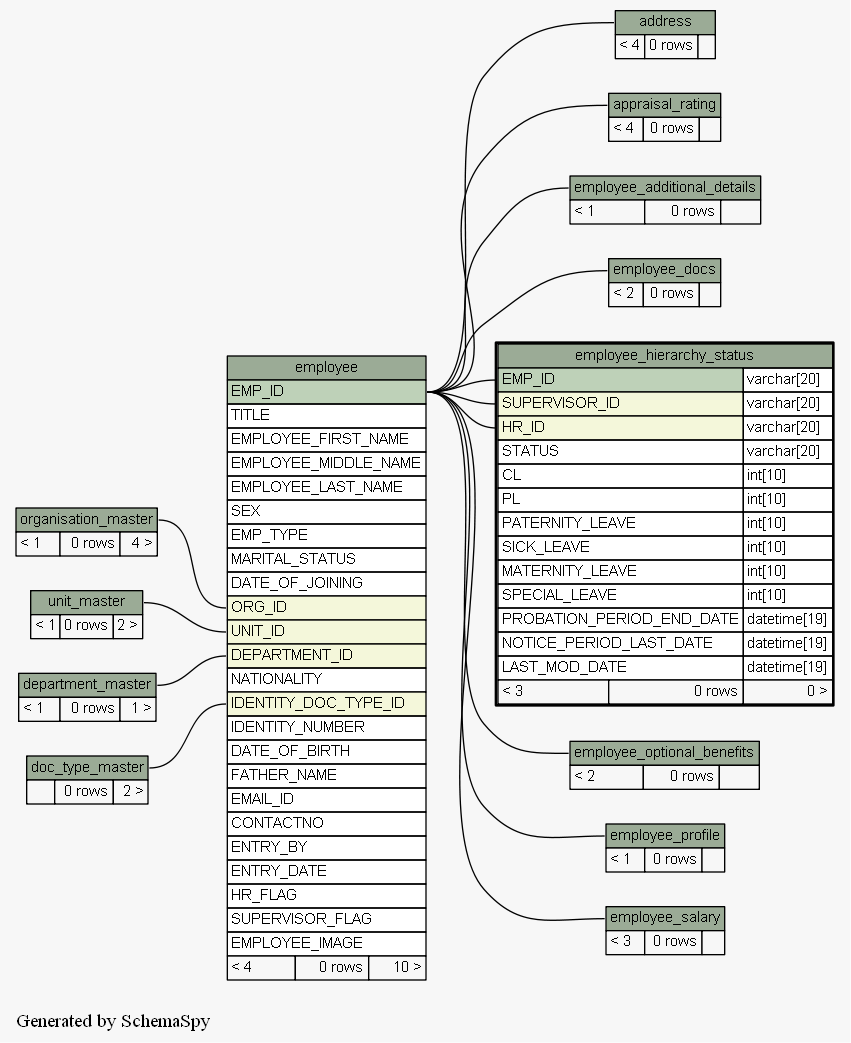
Earlier version of the Graphviz export docs/database/schemaspy/graphs/employee_hierarchy_status.2degrees.png (engineerscraft/hrms). Its source is kept beside it as docs/database/schemaspy/graphs/employee_hierarchy_status.2degrees.dot. Source of this version:
```dot
digraph "twoDegreesRelationshipsGraph" {
  graph [
    rankdir="RL"
    bgcolor="#f7f7f7"
    label="\nGenerated by SchemaSpy"
    labeljust="l"
  ];
  node [
    fontname="Helvetica"
    fontsize="11"
    shape="plaintext"
  ];
  edge [
    arrowsize="0.8"
  ];
  "address":"address.heading":w -> "employee":"EMP_ID":e [arrowtail=tee arrowhead=none];
  "appraisal_rating":"appraisal_rating.heading":w -> "employee":"EMP_ID":e [arrowtail=crowtee arrowhead=none];
  "employee":"DEPARTMENT_ID":w -> "department_master":"department_master.heading":e [arrowtail=crowodot arrowhead=none];
  "employee":"IDENTITY_DOC_TYPE_ID":w -> "doc_type_master":"doc_type_master.heading":e [arrowtail=crowodot arrowhead=none];
  "employee":"ORG_ID":w -> "organisation_master":"organisation_master.heading":e [arrowtail=crowodot arrowhead=none];
  "employee":"UNIT_ID":w -> "unit_master":"unit_master.heading":e [arrowtail=crowodot arrowhead=none];
  "employee_additional_details":"employee_additional_details.heading":w -> "employee":"EMP_ID":e [arrowtail=tee arrowhead=none];
  "employee_docs":"employee_docs.heading":w -> "employee":"EMP_ID":e [arrowtail=crowtee arrowhead=none];
  "employee_hierarchy_status":"EMP_ID":w -> "employee":"EMP_ID":e [arrowtail=tee arrowhead=none];
  "employee_hierarchy_status":"HR_ID":w -> "employee":"EMP_ID":e [arrowtail=crowodot arrowhead=none];
  "employee_hierarchy_status":"SUPERVISOR_ID":w -> "employee":"EMP_ID":e [arrowtail=crowodot arrowhead=none];
  "employee_optional_benefits":"employee_optional_benefits.heading":w -> "employee":"EMP_ID":e [arrowtail=crowodot arrowhead=none];
  "employee_profile":"employee_profile.heading":w -> "employee":"EMP_ID":e [arrowtail=tee arrowhead=none];
  "employee_salary":"employee_salary.heading":w -> "employee":"EMP_ID":e [arrowtail=crowtee arrowhead=none];
  "address" [
    label=<
    <TABLE BORDER="0" CELLBORDER="1" CELLSPACING="0" BGCOLOR="#ffffff">
      <TR><TD PORT="address.heading" COLSPAN="3" BGCOLOR="#9bab96" ALIGN="CENTER">address</TD></TR>
      <TR><TD ALIGN="LEFT" BGCOLOR="#f7f7f7">&lt; 4</TD><TD ALIGN="RIGHT" BGCOLOR="#f7f7f7">0 rows</TD><TD ALIGN="RIGHT" BGCOLOR="#f7f7f7">  </TD></TR>
    </TABLE>>
    URL="address.html#graph"
    tooltip="address"
  ];
  "appraisal_rating" [
    label=<
    <TABLE BORDER="0" CELLBORDER="1" CELLSPACING="0" BGCOLOR="#ffffff">
      <TR><TD PORT="appraisal_rating.heading" COLSPAN="3" BGCOLOR="#9bab96" ALIGN="CENTER">appraisal_rating</TD></TR>
      <TR><TD ALIGN="LEFT" BGCOLOR="#f7f7f7">&lt; 4</TD><TD ALIGN="RIGHT" BGCOLOR="#f7f7f7">0 rows</TD><TD ALIGN="RIGHT" BGCOLOR="#f7f7f7">  </TD></TR>
    </TABLE>>
    URL="appraisal_rating.html#graph"
    tooltip="appraisal_rating"
  ];
  "department_master" [
    label=<
    <TABLE BORDER="0" CELLBORDER="1" CELLSPACING="0" BGCOLOR="#ffffff">
      <TR><TD PORT="department_master.heading" COLSPAN="3" BGCOLOR="#9bab96" ALIGN="CENTER">department_master</TD></TR>
      <TR><TD ALIGN="LEFT" BGCOLOR="#f7f7f7">&lt; 1</TD><TD ALIGN="RIGHT" BGCOLOR="#f7f7f7">0 rows</TD><TD ALIGN="RIGHT" BGCOLOR="#f7f7f7">1 &gt;</TD></TR>
    </TABLE>>
    URL="department_master.html#graph"
    tooltip="department_master"
  ];
  "doc_type_master" [
    label=<
    <TABLE BORDER="0" CELLBORDER="1" CELLSPACING="0" BGCOLOR="#ffffff">
      <TR><TD PORT="doc_type_master.heading" COLSPAN="3" BGCOLOR="#9bab96" ALIGN="CENTER">doc_type_master</TD></TR>
      <TR><TD ALIGN="LEFT" BGCOLOR="#f7f7f7">  </TD><TD ALIGN="RIGHT" BGCOLOR="#f7f7f7">0 rows</TD><TD ALIGN="RIGHT" BGCOLOR="#f7f7f7">2 &gt;</TD></TR>
    </TABLE>>
    URL="doc_type_master.html#graph"
    tooltip="doc_type_master"
  ];
  "employee" [
    label=<
    <TABLE BORDER="0" CELLBORDER="1" CELLSPACING="0" BGCOLOR="#ffffff">
      <TR><TD PORT="employee.heading" COLSPAN="3" BGCOLOR="#9bab96" ALIGN="CENTER">employee</TD></TR>
      <TR><TD PORT="EMP_ID" COLSPAN="3" BGCOLOR="#bed1b8" ALIGN="LEFT">EMP_ID</TD></TR>
      <TR><TD PORT="TITLE" COLSPAN="3" ALIGN="LEFT">TITLE</TD></TR>
      <TR><TD PORT="EMPLOYEE_FIRST_NAME" COLSPAN="3" ALIGN="LEFT">EMPLOYEE_FIRST_NAME</TD></TR>
      <TR><TD PORT="EMPLOYEE_MIDDLE_NAME" COLSPAN="3" ALIGN="LEFT">EMPLOYEE_MIDDLE_NAME</TD></TR>
      <TR><TD PORT="EMPLOYEE_LAST_NAME" COLSPAN="3" ALIGN="LEFT">EMPLOYEE_LAST_NAME</TD></TR>
      <TR><TD PORT="SEX" COLSPAN="3" ALIGN="LEFT">SEX</TD></TR>
      <TR><TD PORT="EMP_TYPE" COLSPAN="3" ALIGN="LEFT">EMP_TYPE</TD></TR>
      <TR><TD PORT="MARITAL_STATUS" COLSPAN="3" ALIGN="LEFT">MARITAL_STATUS</TD></TR>
      <TR><TD PORT="DATE_OF_JOINING" COLSPAN="3" ALIGN="LEFT">DATE_OF_JOINING</TD></TR>
      <TR><TD PORT="ORG_ID" COLSPAN="3" BGCOLOR="#f4f7da" ALIGN="LEFT">ORG_ID</TD></TR>
      <TR><TD PORT="UNIT_ID" COLSPAN="3" BGCOLOR="#f4f7da" ALIGN="LEFT">UNIT_ID</TD></TR>
      <TR><TD PORT="DEPARTMENT_ID" COLSPAN="3" BGCOLOR="#f4f7da" ALIGN="LEFT">DEPARTMENT_ID</TD></TR>
      <TR><TD PORT="NATIONALITY" COLSPAN="3" ALIGN="LEFT">NATIONALITY</TD></TR>
      <TR><TD PORT="IDENTITY_DOC_TYPE_ID" COLSPAN="3" BGCOLOR="#f4f7da" ALIGN="LEFT">IDENTITY_DOC_TYPE_ID</TD></TR>
      <TR><TD PORT="IDENTITY_NUMBER" COLSPAN="3" ALIGN="LEFT">IDENTITY_NUMBER</TD></TR>
      <TR><TD PORT="DATE_OF_BIRTH" COLSPAN="3" ALIGN="LEFT">DATE_OF_BIRTH</TD></TR>
      <TR><TD PORT="FATHER_NAME" COLSPAN="3" ALIGN="LEFT">FATHER_NAME</TD></TR>
      <TR><TD PORT="EMAIL_ID" COLSPAN="3" ALIGN="LEFT">EMAIL_ID</TD></TR>
      <TR><TD PORT="CONTACTNO" COLSPAN="3" ALIGN="LEFT">CONTACTNO</TD></TR>
      <TR><TD PORT="ENTRY_BY" COLSPAN="3" ALIGN="LEFT">ENTRY_BY</TD></TR>
      <TR><TD PORT="ENTRY_DATE" COLSPAN="3" ALIGN="LEFT">ENTRY_DATE</TD></TR>
      <TR><TD PORT="HR_FLAG" COLSPAN="3" ALIGN="LEFT">HR_FLAG</TD></TR>
      <TR><TD PORT="SUPERVISOR_FLAG" COLSPAN="3" ALIGN="LEFT">SUPERVISOR_FLAG</TD></TR>
      <TR><TD PORT="EMPLOYEE_IMAGE" COLSPAN="3" ALIGN="LEFT">EMPLOYEE_IMAGE</TD></TR>
      <TR><TD ALIGN="LEFT" BGCOLOR="#f7f7f7">&lt; 4</TD><TD ALIGN="RIGHT" BGCOLOR="#f7f7f7">0 rows</TD><TD ALIGN="RIGHT" BGCOLOR="#f7f7f7">10 &gt;</TD></TR>
    </TABLE>>
    URL="employee.html#graph"
    tooltip="employee"
  ];
  "employee_additional_details" [
    label=<
    <TABLE BORDER="0" CELLBORDER="1" CELLSPACING="0" BGCOLOR="#ffffff">
      <TR><TD PORT="employee_additional_details.heading" COLSPAN="3" BGCOLOR="#9bab96" ALIGN="CENTER">employee_additional_details</TD></TR>
      <TR><TD ALIGN="LEFT" BGCOLOR="#f7f7f7">&lt; 1</TD><TD ALIGN="RIGHT" BGCOLOR="#f7f7f7">0 rows</TD><TD ALIGN="RIGHT" BGCOLOR="#f7f7f7">  </TD></TR>
    </TABLE>>
    URL="employee_additional_details.html#graph"
    tooltip="employee_additional_details"
  ];
  "employee_docs" [
    label=<
    <TABLE BORDER="0" CELLBORDER="1" CELLSPACING="0" BGCOLOR="#ffffff">
      <TR><TD PORT="employee_docs.heading" COLSPAN="3" BGCOLOR="#9bab96" ALIGN="CENTER">employee_docs</TD></TR>
      <TR><TD ALIGN="LEFT" BGCOLOR="#f7f7f7">&lt; 2</TD><TD ALIGN="RIGHT" BGCOLOR="#f7f7f7">0 rows</TD><TD ALIGN="RIGHT" BGCOLOR="#f7f7f7">  </TD></TR>
    </TABLE>>
    URL="employee_docs.html#graph"
    tooltip="employee_docs"
  ];
  "employee_hierarchy_status" [
    label=<
    <TABLE BORDER="2" CELLBORDER="1" CELLSPACING="0" BGCOLOR="#ffffff">
      <TR><TD PORT="employee_hierarchy_status.heading" COLSPAN="3" BGCOLOR="#9bab96" ALIGN="CENTER">employee_hierarchy_status</TD></TR>
      <TR><TD PORT="EMP_ID" COLSPAN="2" BGCOLOR="#bed1b8" ALIGN="LEFT">EMP_ID</TD><TD PORT="EMP_ID.type" ALIGN="LEFT">varchar[20]</TD></TR>
      <TR><TD PORT="SUPERVISOR_ID" COLSPAN="2" BGCOLOR="#f4f7da" ALIGN="LEFT">SUPERVISOR_ID</TD><TD PORT="SUPERVISOR_ID.type" ALIGN="LEFT">varchar[20]</TD></TR>
      <TR><TD PORT="HR_ID" COLSPAN="2" BGCOLOR="#f4f7da" ALIGN="LEFT">HR_ID</TD><TD PORT="HR_ID.type" ALIGN="LEFT">varchar[20]</TD></TR>
      <TR><TD PORT="STATUS" COLSPAN="2" ALIGN="LEFT">STATUS</TD><TD PORT="STATUS.type" ALIGN="LEFT">varchar[20]</TD></TR>
      <TR><TD PORT="CL" COLSPAN="2" ALIGN="LEFT">CL</TD><TD PORT="CL.type" ALIGN="LEFT">int[10]</TD></TR>
      <TR><TD PORT="PL" COLSPAN="2" ALIGN="LEFT">PL</TD><TD PORT="PL.type" ALIGN="LEFT">int[10]</TD></TR>
      <TR><TD PORT="PATERNITY_LEAVE" COLSPAN="2" ALIGN="LEFT">PATERNITY_LEAVE</TD><TD PORT="PATERNITY_LEAVE.type" ALIGN="LEFT">int[10]</TD></TR>
      <TR><TD PORT="SICK_LEAVE" COLSPAN="2" ALIGN="LEFT">SICK_LEAVE</TD><TD PORT="SICK_LEAVE.type" ALIGN="LEFT">int[10]</TD></TR>
      <TR><TD PORT="MATERNITY_LEAVE" COLSPAN="2" ALIGN="LEFT">MATERNITY_LEAVE</TD><TD PORT="MATERNITY_LEAVE.type" ALIGN="LEFT">int[10]</TD></TR>
      <TR><TD PORT="SPECIAL_LEAVE" COLSPAN="2" ALIGN="LEFT">SPECIAL_LEAVE</TD><TD PORT="SPECIAL_LEAVE.type" ALIGN="LEFT">int[10]</TD></TR>
      <TR><TD PORT="PROBATION_PERIOD_END_DATE" COLSPAN="2" ALIGN="LEFT">PROBATION_PERIOD_END_DATE</TD><TD PORT="PROBATION_PERIOD_END_DATE.type" ALIGN="LEFT">datetime[19]</TD></TR>
      <TR><TD PORT="NOTICE_PERIOD_LAST_DATE" COLSPAN="2" ALIGN="LEFT">NOTICE_PERIOD_LAST_DATE</TD><TD PORT="NOTICE_PERIOD_LAST_DATE.type" ALIGN="LEFT">datetime[19]</TD></TR>
      <TR><TD PORT="LAST_MOD_DATE" COLSPAN="2" ALIGN="LEFT">LAST_MOD_DATE</TD><TD PORT="LAST_MOD_DATE.type" ALIGN="LEFT">datetime[19]</TD></TR>
      <TR><TD ALIGN="LEFT" BGCOLOR="#f7f7f7">&lt; 3</TD><TD ALIGN="RIGHT" BGCOLOR="#f7f7f7">0 rows</TD><TD ALIGN="RIGHT" BGCOLOR="#f7f7f7">0 &gt;</TD></TR>
    </TABLE>>
    URL="employee_hierarchy_status.html#"
    tooltip="employee_hierarchy_status"
  ];
  "employee_optional_benefits" [
    label=<
    <TABLE BORDER="0" CELLBORDER="1" CELLSPACING="0" BGCOLOR="#ffffff">
      <TR><TD PORT="employee_optional_benefits.heading" COLSPAN="3" BGCOLOR="#9bab96" ALIGN="CENTER">employee_optional_benefits</TD></TR>
      <TR><TD ALIGN="LEFT" BGCOLOR="#f7f7f7">&lt; 2</TD><TD ALIGN="RIGHT" BGCOLOR="#f7f7f7">0 rows</TD><TD ALIGN="RIGHT" BGCOLOR="#f7f7f7">  </TD></TR>
    </TABLE>>
    URL="employee_optional_benefits.html#graph"
    tooltip="employee_optional_benefits"
  ];
  "employee_profile" [
    label=<
    <TABLE BORDER="0" CELLBORDER="1" CELLSPACING="0" BGCOLOR="#ffffff">
      <TR><TD PORT="employee_profile.heading" COLSPAN="3" BGCOLOR="#9bab96" ALIGN="CENTER">employee_profile</TD></TR>
      <TR><TD ALIGN="LEFT" BGCOLOR="#f7f7f7">&lt; 1</TD><TD ALIGN="RIGHT" BGCOLOR="#f7f7f7">0 rows</TD><TD ALIGN="RIGHT" BGCOLOR="#f7f7f7">  </TD></TR>
    </TABLE>>
    URL="employee_profile.html#graph"
    tooltip="employee_profile"
  ];
  "employee_salary" [
    label=<
    <TABLE BORDER="0" CELLBORDER="1" CELLSPACING="0" BGCOLOR="#ffffff">
      <TR><TD PORT="employee_salary.heading" COLSPAN="3" BGCOLOR="#9bab96" ALIGN="CENTER">employee_salary</TD></TR>
      <TR><TD ALIGN="LEFT" BGCOLOR="#f7f7f7">&lt; 3</TD><TD ALIGN="RIGHT" BGCOLOR="#f7f7f7">0 rows</TD><TD ALIGN="RIGHT" BGCOLOR="#f7f7f7">  </TD></TR>
    </TABLE>>
    URL="employee_salary.html#graph"
    tooltip="employee_salary"
  ];
  "organisation_master" [
    label=<
    <TABLE BORDER="0" CELLBORDER="1" CELLSPACING="0" BGCOLOR="#ffffff">
      <TR><TD PORT="organisation_master.heading" COLSPAN="3" BGCOLOR="#9bab96" ALIGN="CENTER">organisation_master</TD></TR>
      <TR><TD ALIGN="LEFT" BGCOLOR="#f7f7f7">&lt; 1</TD><TD ALIGN="RIGHT" BGCOLOR="#f7f7f7">0 rows</TD><TD ALIGN="RIGHT" BGCOLOR="#f7f7f7">4 &gt;</TD></TR>
    </TABLE>>
    URL="organisation_master.html#graph"
    tooltip="organisation_master"
  ];
  "unit_master" [
    label=<
    <TABLE BORDER="0" CELLBORDER="1" CELLSPACING="0" BGCOLOR="#ffffff">
      <TR><TD PORT="unit_master.heading" COLSPAN="3" BGCOLOR="#9bab96" ALIGN="CENTER">unit_master</TD></TR>
      <TR><TD ALIGN="LEFT" BGCOLOR="#f7f7f7">&lt; 1</TD><TD ALIGN="RIGHT" BGCOLOR="#f7f7f7">0 rows</TD><TD ALIGN="RIGHT" BGCOLOR="#f7f7f7">2 &gt;</TD></TR>
    </TABLE>>
    URL="unit_master.html#graph"
    tooltip="unit_master"
  ];
}
```
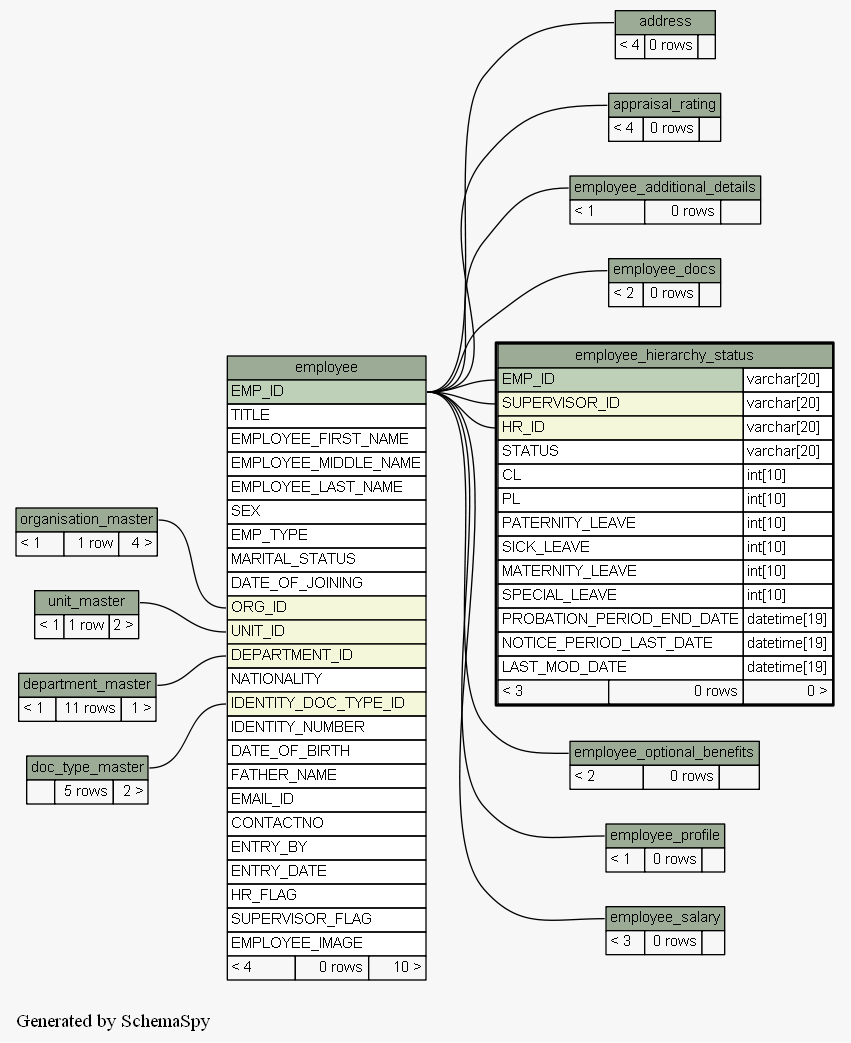
Above is the later version.

The edit, as a diff of the source:
```diff
@@ -49,7 +49,7 @@
     label=<
     <TABLE BORDER="0" CELLBORDER="1" CELLSPACING="0" BGCOLOR="#ffffff">
       <TR><TD PORT="department_master.heading" COLSPAN="3" BGCOLOR="#9bab96" ALIGN="CENTER">department_master</TD></TR>
-      <TR><TD ALIGN="LEFT" BGCOLOR="#f7f7f7">&lt; 1</TD><TD ALIGN="RIGHT" BGCOLOR="#f7f7f7">0 rows</TD><TD ALIGN="RIGHT" BGCOLOR="#f7f7f7">1 &gt;</TD></TR>
+      <TR><TD ALIGN="LEFT" BGCOLOR="#f7f7f7">&lt; 1</TD><TD ALIGN="RIGHT" BGCOLOR="#f7f7f7">11 rows</TD><TD ALIGN="RIGHT" BGCOLOR="#f7f7f7">1 &gt;</TD></TR>
     </TABLE>>
     URL="department_master.html#graph"
     tooltip="department_master"
@@ -58,7 +58,7 @@
     label=<
     <TABLE BORDER="0" CELLBORDER="1" CELLSPACING="0" BGCOLOR="#ffffff">
       <TR><TD PORT="doc_type_master.heading" COLSPAN="3" BGCOLOR="#9bab96" ALIGN="CENTER">doc_type_master</TD></TR>
-      <TR><TD ALIGN="LEFT" BGCOLOR="#f7f7f7">  </TD><TD ALIGN="RIGHT" BGCOLOR="#f7f7f7">0 rows</TD><TD ALIGN="RIGHT" BGCOLOR="#f7f7f7">2 &gt;</TD></TR>
+      <TR><TD ALIGN="LEFT" BGCOLOR="#f7f7f7">  </TD><TD ALIGN="RIGHT" BGCOLOR="#f7f7f7">5 rows</TD><TD ALIGN="RIGHT" BGCOLOR="#f7f7f7">2 &gt;</TD></TR>
     </TABLE>>
     URL="doc_type_master.html#graph"
     tooltip="doc_type_master"
@@ -167,7 +167,7 @@
     label=<
     <TABLE BORDER="0" CELLBORDER="1" CELLSPACING="0" BGCOLOR="#ffffff">
       <TR><TD PORT="organisation_master.heading" COLSPAN="3" BGCOLOR="#9bab96" ALIGN="CENTER">organisation_master</TD></TR>
-      <TR><TD ALIGN="LEFT" BGCOLOR="#f7f7f7">&lt; 1</TD><TD ALIGN="RIGHT" BGCOLOR="#f7f7f7">0 rows</TD><TD ALIGN="RIGHT" BGCOLOR="#f7f7f7">4 &gt;</TD></TR>
+      <TR><TD ALIGN="LEFT" BGCOLOR="#f7f7f7">&lt; 1</TD><TD ALIGN="RIGHT" BGCOLOR="#f7f7f7">1 row</TD><TD ALIGN="RIGHT" BGCOLOR="#f7f7f7">4 &gt;</TD></TR>
     </TABLE>>
     URL="organisation_master.html#graph"
     tooltip="organisation_master"
@@ -176,7 +176,7 @@
     label=<
     <TABLE BORDER="0" CELLBORDER="1" CELLSPACING="0" BGCOLOR="#ffffff">
       <TR><TD PORT="unit_master.heading" COLSPAN="3" BGCOLOR="#9bab96" ALIGN="CENTER">unit_master</TD></TR>
-      <TR><TD ALIGN="LEFT" BGCOLOR="#f7f7f7">&lt; 1</TD><TD ALIGN="RIGHT" BGCOLOR="#f7f7f7">0 rows</TD><TD ALIGN="RIGHT" BGCOLOR="#f7f7f7">2 &gt;</TD></TR>
+      <TR><TD ALIGN="LEFT" BGCOLOR="#f7f7f7">&lt; 1</TD><TD ALIGN="RIGHT" BGCOLOR="#f7f7f7">1 row</TD><TD ALIGN="RIGHT" BGCOLOR="#f7f7f7">2 &gt;</TD></TR>
     </TABLE>>
     URL="unit_master.html#graph"
     tooltip="unit_master"
```
